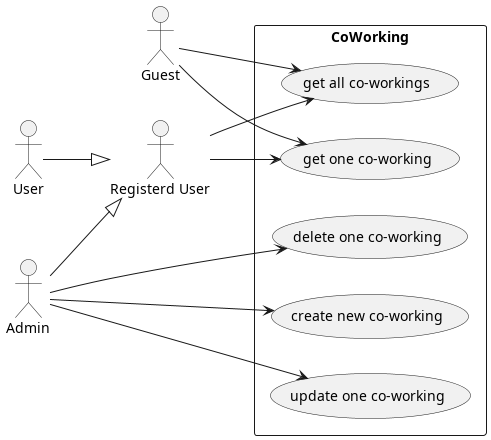
Above: diagrams/usecase/coworking/coworking.png in TeaChanathip/SwDev-Project (PlantUML), before the change.
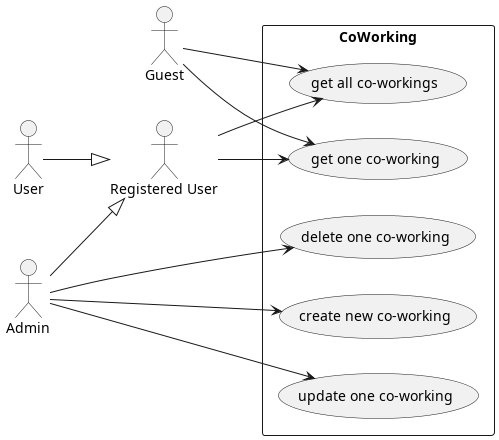
Later version of the same file.

The edit, as a diff of the source:
```diff
@@ -2,12 +2,12 @@
 left to right direction
 
 actor Guest
-actor "Registerd User"
+actor "Registered User"
 actor User
 actor Admin
 
-User --|> "Registerd User"
-Admin --|> "Registerd User"
+User --|> "Registered User"
+Admin --|> "Registered User"
 
 rectangle "CoWorking" {
     usecase "create new co-working" as CoWorkingUC1
@@ -20,8 +20,8 @@
 Guest --> CoWorkingUC2
 Guest --> CoWorkingUC3
 
-"Registerd User" --> CoWorkingUC2
-"Registerd User" --> CoWorkingUC3
+"Registered User" --> CoWorkingUC2
+"Registered User" --> CoWorkingUC3
 
 Admin --> CoWorkingUC1
 Admin --> CoWorkingUC4
```
